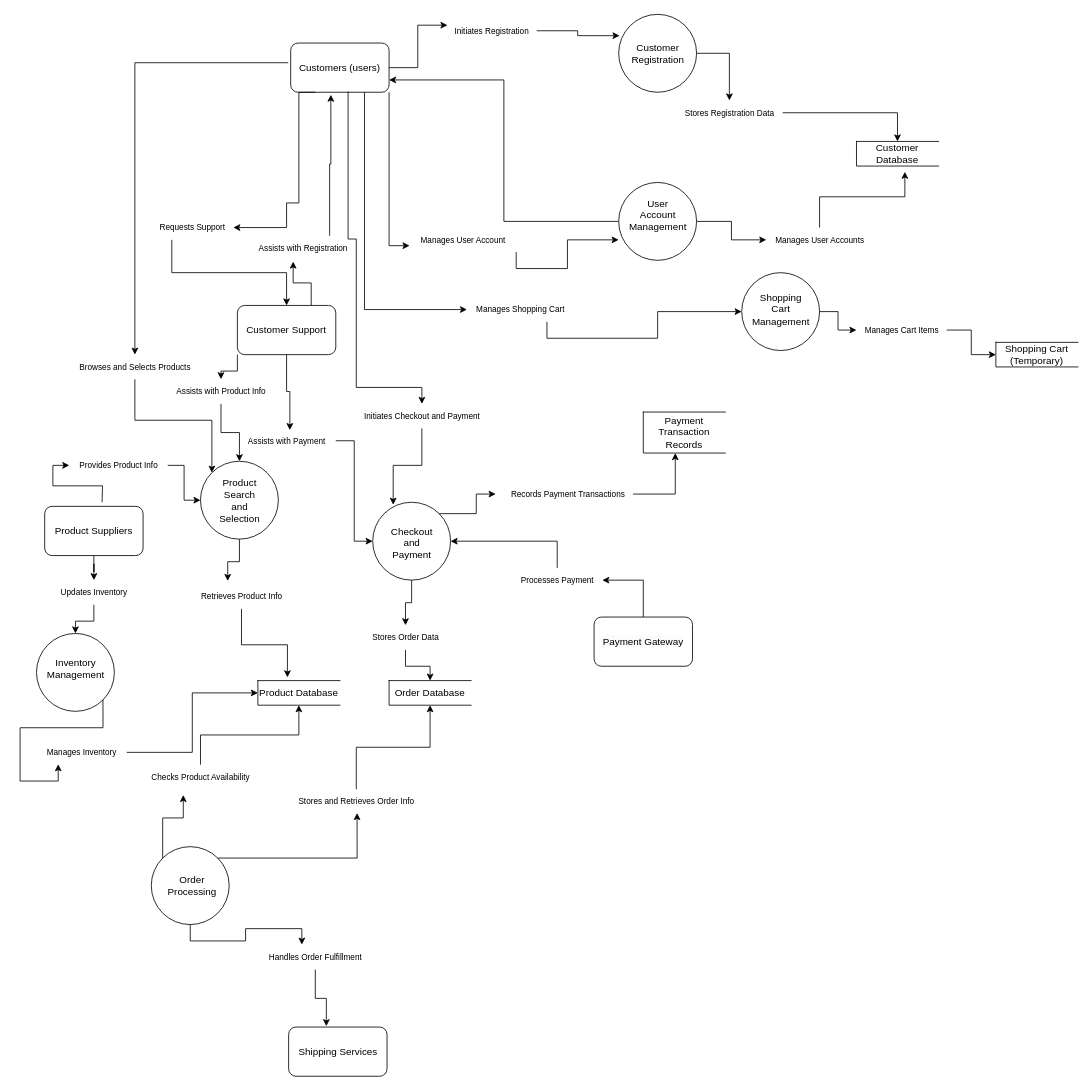
Chukwuebuka-2003/SE-DFD keeps this draw.io diagram as level1.drawio. Above is the earlier version. Source tidied: cells renumbered, new cells numbered last; positions are measured from the earlier drawing's top-left corner, leaving out a move shared by most shapes. Both pictures are drawn from the tidied source at 82%, with x=0, y=0 at pixel (36, 14).
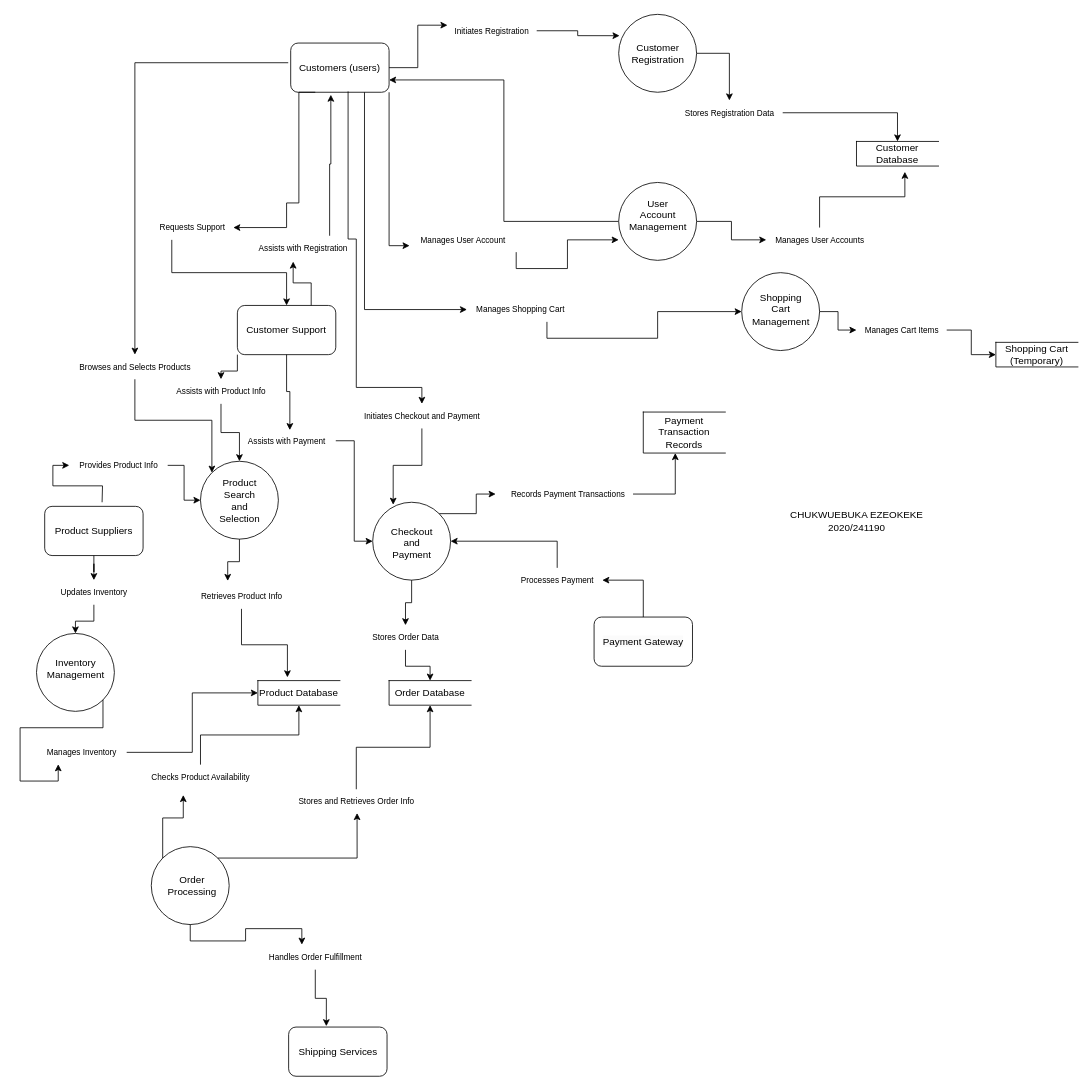
Above is the later version.

Change to the diagram source:
```diff
@@
+    <mxCell id="93" value="CHUKWUEBUKA EZEOKEKE&lt;br&gt;2020/241190&lt;br&gt;" style="text;html=1;align=center;verticalAlign=middle;strokeColor=none;fillColor=none;" parent="1" vertex="1">
+      <mxGeometry x="905" y="598" width="190" height="40" as="geometry" />
+    </mxCell>
```
